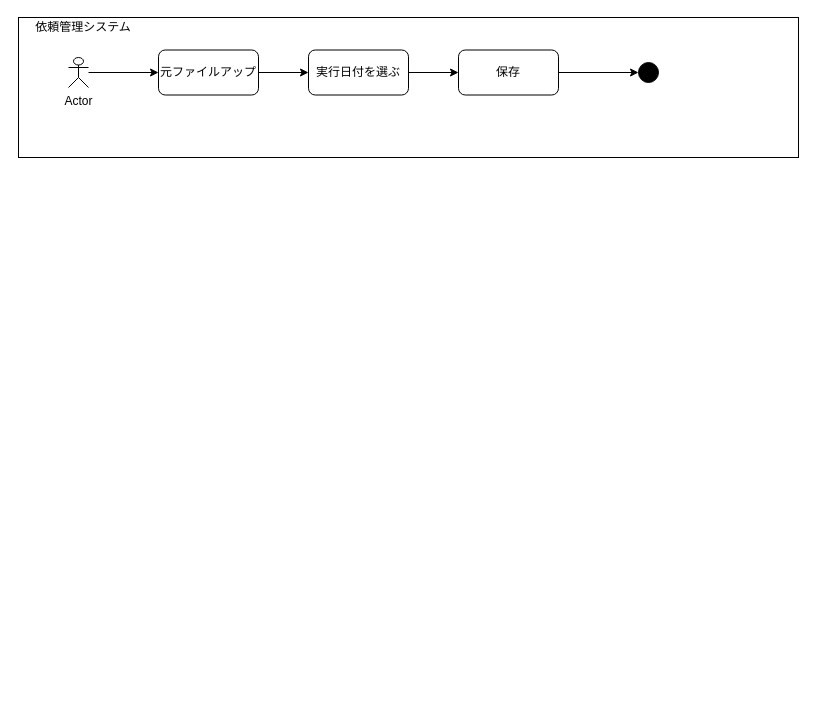
Earlier version of the draw.io diagram ロボット実行流れ.drawio (thanhnt0804/hello). Source tidied: cells renumbered, new cells numbered last; positions are measured from the earlier drawing's top-left corner, leaving out a move shared by most shapes. Both pictures are drawn from the tidied source at 100%, with x=0, y=0 at pixel (18, 17).
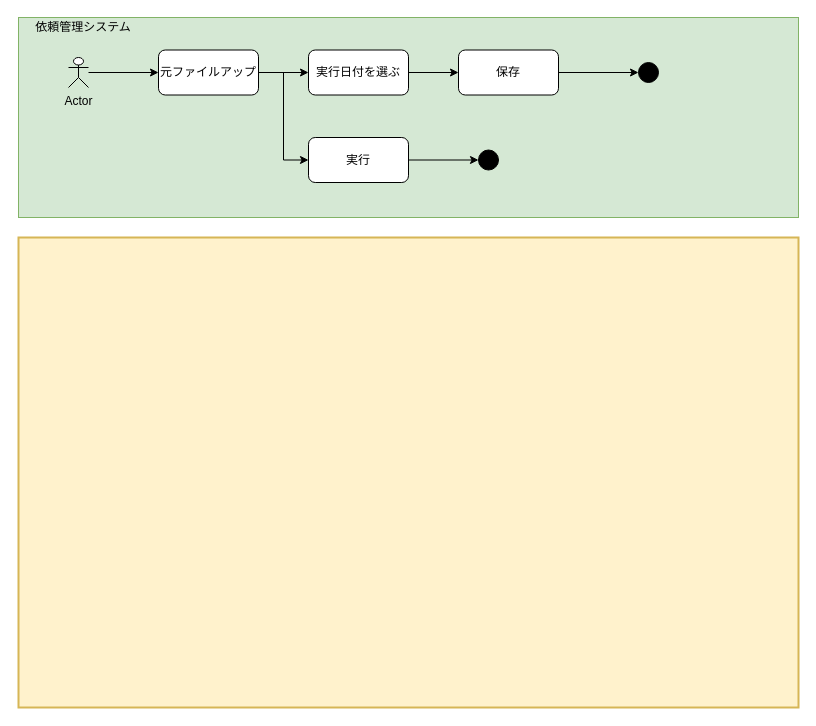
After the change.

Commit message (it also covers changes not shown here):
Update ロボット実行流れ.drawio

Diff of the diagram source:
```diff
@@
 <mxGraphModel>
   <root>
     <mxCell id="0" />
     <mxCell id="1" parent="0" />
-    <mxCell id="2" style="rounded=0;whiteSpace=wrap;html=1;" parent="1" vertex="1">
-      <mxGeometry width="780" height="140" as="geometry" />
+    <mxCell id="2" style="rounded=0;whiteSpace=wrap;html=1;fillColor=#d5e8d4;strokeColor=#82b366;" parent="1" vertex="1">
+      <mxGeometry width="780" height="200" as="geometry" />
     </mxCell>
-    <mxCell id="3" value="依頼管理システム" style="text;html=1;strokeColor=none;fillColor=none;align=center;verticalAlign=middle;whiteSpace=wrap;rounded=0;" parent="1" vertex="1">
+    <mxCell id="3" value="依頼管理システム" style="text;html=1;strokeColor=none;fillColor=none;align=center;verticalAlign=middle;whiteSpace=wrap;rounded=0;strokeWidth=2;" parent="1" vertex="1">
       <mxGeometry x="10" width="110" height="20" as="geometry" />
     </mxCell>
     <mxCell id="4" style="edgeStyle=orthogonalEdgeStyle;rounded=0;jettySize=auto;html=1;" parent="1" edge="1" source="5" target="7">
       <mxGeometry relative="1" as="geometry" />
     </mxCell>
     <mxCell id="5" value="Actor" style="shape=umlActor;verticalLabelPosition=bottom;verticalAlign=top;html=1;outlineConnect=0;" parent="1" vertex="1">
       <mxGeometry x="50" y="40" width="20" height="30" as="geometry" />
     </mxCell>
     <mxCell id="6" style="edgeStyle=orthogonalEdgeStyle;rounded=0;jettySize=auto;html=1;" parent="1" edge="1" source="7" target="9">
       <mxGeometry relative="1" as="geometry" />
     </mxCell>
+    <mxCell id="13" style="edgeStyle=orthogonalEdgeStyle;rounded=0;jettySize=auto;html=1;entryX=0;entryY=0.5;entryDx=0;entryDy=0;" parent="1" edge="1" source="7" target="15">
+      <mxGeometry relative="1" as="geometry" />
+    </mxCell>
     <mxCell id="7" value="元ファイルアップ" style="rounded=1;whiteSpace=wrap;html=1;" parent="1" vertex="1">
       <mxGeometry x="140" y="32.5" width="100" height="45" as="geometry" />
     </mxCell>
     <mxCell id="8" style="edgeStyle=orthogonalEdgeStyle;rounded=0;jettySize=auto;html=1;" parent="1" edge="1" source="9" target="11">
       <mxGeometry relative="1" as="geometry" />
     </mxCell>
     <mxCell id="9" value="実行日付を選ぶ" style="rounded=1;whiteSpace=wrap;html=1;" parent="1" vertex="1">
       <mxGeometry x="290" y="32.5" width="100" height="45" as="geometry" />
     </mxCell>
     <mxCell id="10" style="edgeStyle=orthogonalEdgeStyle;rounded=0;jettySize=auto;html=1;entryX=0;entryY=0.5;entryDx=0;entryDy=0;" parent="1" edge="1" source="11" target="12">
       <mxGeometry relative="1" as="geometry" />
     </mxCell>
     <mxCell id="11" value="保存" style="rounded=1;whiteSpace=wrap;html=1;" parent="1" vertex="1">
       <mxGeometry x="440" y="32.5" width="100" height="45" as="geometry" />
     </mxCell>
     <mxCell id="12" style="ellipse;whiteSpace=wrap;html=1;fillColor=#000000;" parent="1" vertex="1">
       <mxGeometry x="620" y="45" width="20" height="20" as="geometry" />
     </mxCell>
+    <mxCell id="14" style="edgeStyle=orthogonalEdgeStyle;rounded=0;jettySize=auto;html=1;entryX=0;entryY=0.5;entryDx=0;entryDy=0;" parent="1" edge="1" source="15" target="16">
+      <mxGeometry relative="1" as="geometry" />
+    </mxCell>
+    <mxCell id="15" value="実行" style="rounded=1;whiteSpace=wrap;html=1;" parent="1" vertex="1">
+      <mxGeometry x="290" y="120" width="100" height="45" as="geometry" />
+    </mxCell>
+    <mxCell id="16" style="ellipse;whiteSpace=wrap;html=1;fillColor=#000000;" parent="1" vertex="1">
+      <mxGeometry x="460" y="132.5" width="20" height="20" as="geometry" />
+    </mxCell>
+    <mxCell id="17" style="rounded=0;whiteSpace=wrap;html=1;strokeColor=#d6b656;strokeWidth=2;fillColor=#fff2cc;" parent="1" vertex="1">
+      <mxGeometry y="220" width="780" height="470" as="geometry" />
+    </mxCell>
   </root>
 </mxGraphModel>
```
